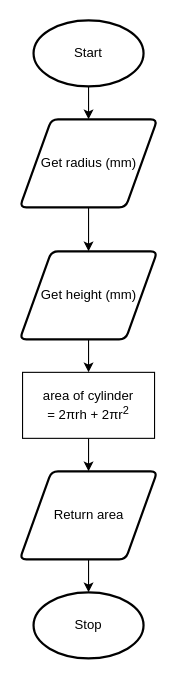
This is Volume of Cylinder Function (flowchart).drawio from Dahrio-Francois/ICS3U-Unit5-04-Python, a draw.io file, before an edit. Source tidied: cells renumbered, new cells numbered last; positions are measured from the earlier drawing's top-left corner, leaving out a move shared by most shapes. Both pictures are drawn from the tidied source at 110%, with x=0, y=0 at pixel (19, 20).
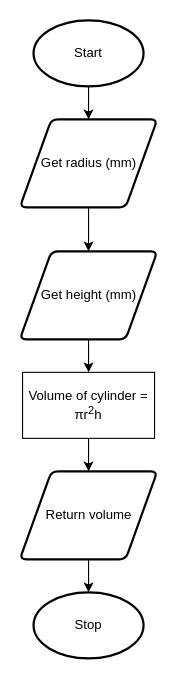
The same page after the edit.

Change to the diagram source:
```diff
@@
 <mxGraphModel>
   <root>
     <mxCell id="0" />
     <mxCell id="1" parent="0" />
     <mxCell id="2" style="edgeStyle=orthogonalEdgeStyle;html=1;entryX=0.5;entryY=0;entryDx=0;entryDy=0;" parent="1" edge="1" source="3" target="5">
       <mxGeometry relative="1" as="geometry" />
     </mxCell>
     <mxCell id="3" value="Start" style="strokeWidth=2;html=1;shape=mxgraph.flowchart.start_1;whiteSpace=wrap;" parent="1" vertex="1">
       <mxGeometry x="13" width="100" height="60" as="geometry" />
     </mxCell>
     <mxCell id="4" style="edgeStyle=orthogonalEdgeStyle;html=1;entryX=0.5;entryY=0;entryDx=0;entryDy=0;" parent="1" edge="1" source="5" target="7">
       <mxGeometry relative="1" as="geometry" />
     </mxCell>
     <mxCell id="5" value="Get radius (mm)" style="shape=parallelogram;html=1;strokeWidth=2;perimeter=parallelogramPerimeter;whiteSpace=wrap;rounded=1;arcSize=12;size=0.23;" parent="1" vertex="1">
       <mxGeometry x="0.5" y="90" width="125" height="80" as="geometry" />
     </mxCell>
     <mxCell id="6" style="edgeStyle=none;html=1;entryX=0.5;entryY=0;entryDx=0;entryDy=0;" parent="1" edge="1" source="7" target="9">
       <mxGeometry relative="1" as="geometry" />
     </mxCell>
     <mxCell id="7" value="Get height (mm)" style="shape=parallelogram;html=1;strokeWidth=2;perimeter=parallelogramPerimeter;whiteSpace=wrap;rounded=1;arcSize=12;size=0.23;" parent="1" vertex="1">
       <mxGeometry x="0.5" y="210" width="125" height="80" as="geometry" />
     </mxCell>
     <mxCell id="8" style="edgeStyle=none;html=1;entryX=0.5;entryY=0;entryDx=0;entryDy=0;" parent="1" edge="1" source="9" target="11">
       <mxGeometry relative="1" as="geometry" />
     </mxCell>
-    <mxCell id="9" value="area of cylinder =&amp;nbsp;2πrh + 2πr&lt;sup&gt;2&lt;/sup&gt;" style="whiteSpace=wrap;html=1;" parent="1" vertex="1">
+    <mxCell id="9" value="Volume of cylinder =&lt;br&gt;πr&lt;sup&gt;2&lt;/sup&gt;h" style="whiteSpace=wrap;html=1;" parent="1" vertex="1">
       <mxGeometry x="3" y="320" width="120" height="60" as="geometry" />
     </mxCell>
     <mxCell id="10" style="edgeStyle=none;html=1;entryX=0.5;entryY=0;entryDx=0;entryDy=0;entryPerimeter=0;" parent="1" edge="1" source="11" target="12">
       <mxGeometry relative="1" as="geometry" />
     </mxCell>
-    <mxCell id="11" value="Return area" style="shape=parallelogram;html=1;strokeWidth=2;perimeter=parallelogramPerimeter;whiteSpace=wrap;rounded=1;arcSize=12;size=0.23;" parent="1" vertex="1">
+    <mxCell id="11" value="Return volume" style="shape=parallelogram;html=1;strokeWidth=2;perimeter=parallelogramPerimeter;whiteSpace=wrap;rounded=1;arcSize=12;size=0.23;" parent="1" vertex="1">
       <mxGeometry x="0.5" y="410" width="125" height="80" as="geometry" />
     </mxCell>
     <mxCell id="12" value="Stop" style="strokeWidth=2;html=1;shape=mxgraph.flowchart.start_1;whiteSpace=wrap;" parent="1" vertex="1">
       <mxGeometry x="13" y="520" width="100" height="60" as="geometry" />
     </mxCell>
   </root>
 </mxGraphModel>
```
